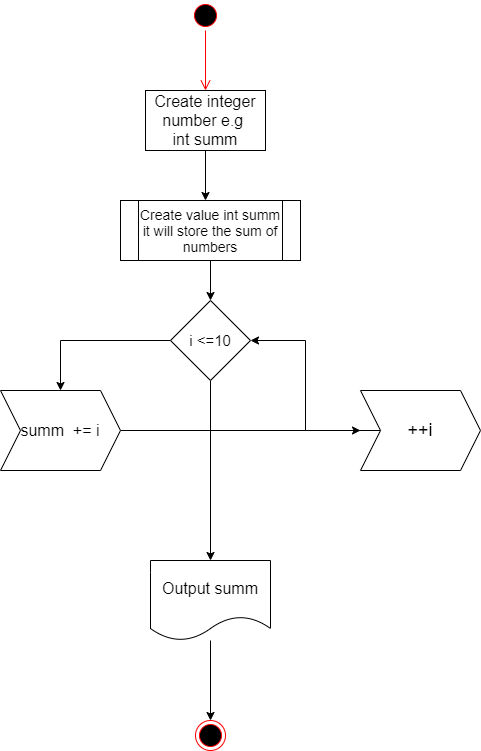
Before: Task/Cycle.png, a diagram exported from draw.io (maxsdrv/GB_Algorithms_homework). Source tidied: cells renumbered, new cells last; positions are measured from the earlier drawing's top-left corner, leaving out a move shared by most shapes.
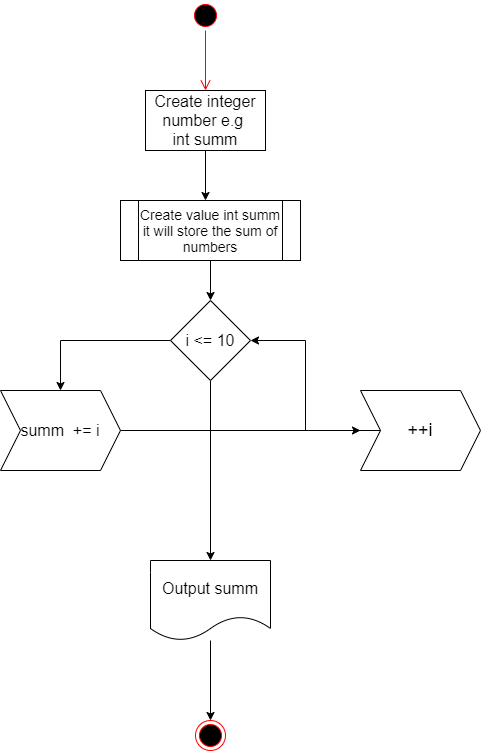
After the change.

The edit, as a diff of the source:
```diff
@@ -30,7 +30,7 @@
     <mxCell id="9" style="edgeStyle=orthogonalEdgeStyle;rounded=0;jettySize=auto;html=1;entryX=0.5;entryY=0;entryDx=0;entryDy=0;entryPerimeter=0;" parent="1" edge="1" source="10" target="16">
       <mxGeometry relative="1" as="geometry" />
     </mxCell>
-    <mxCell id="10" value="&lt;font style=&quot;font-size: 15px&quot;&gt;i &amp;lt;=10&lt;/font&gt;" style="rhombus;whiteSpace=wrap;html=1;" parent="1" vertex="1">
+    <mxCell id="10" value="&lt;font style=&quot;font-size: 16px&quot;&gt;&lt;font style=&quot;font-size: 16px&quot;&gt;i&lt;/font&gt;&amp;nbsp;&amp;lt;= 10&lt;/font&gt;" style="rhombus;whiteSpace=wrap;html=1;" parent="1" vertex="1">
       <mxGeometry x="170" y="300" width="80" height="80" as="geometry" />
     </mxCell>
     <mxCell id="11" style="edgeStyle=orthogonalEdgeStyle;rounded=0;jettySize=auto;html=1;entryX=0;entryY=0.5;entryDx=0;entryDy=0;entryPerimeter=0;" parent="1" edge="1" source="12" target="14">
```
